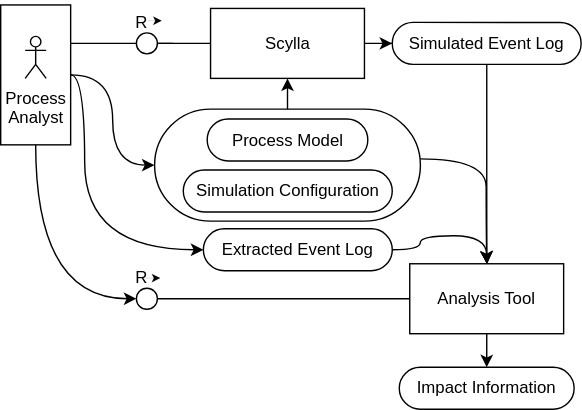
This is architecture_concrete.svg from fyndalf/master-thesis, a draw.io export, as it was before one commit. Source tidied: cells renumbered, new cells last; positions are measured from the earlier drawing's top-left corner, leaving out a move shared by most shapes.
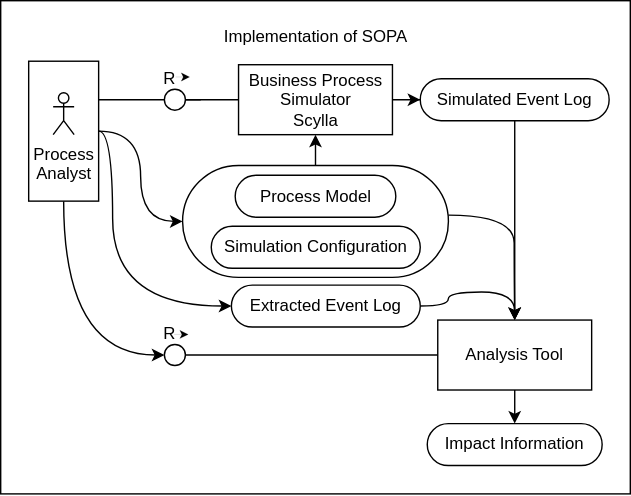
After the change.

Change to the diagram source:
```diff
@@ -2,10 +2,13 @@
   <root>
     <mxCell id="0" />
     <mxCell id="1" parent="0" />
+    <mxCell id="30" style="rounded=0;whiteSpace=wrap;html=1;" parent="1" vertex="1">
+      <mxGeometry x="-20" y="-41.2" width="450" height="352.5" as="geometry" />
+    </mxCell>
     <mxCell id="2" style="edgeStyle=orthogonalEdgeStyle;rounded=0;jettySize=auto;html=1;entryX=0;entryY=0.5;entryDx=0;entryDy=0;entryPerimeter=0;startArrow=none;startFill=0;endArrow=classic;endFill=1;" parent="1" edge="1" source="3" target="5">
       <mxGeometry relative="1" as="geometry" />
     </mxCell>
-    <mxCell id="3" value="&lt;div&gt;Scylla&lt;/div&gt;" style="html=1;rounded=0;" parent="1" vertex="1">
+    <mxCell id="3" value="Business Process&lt;br&gt;Simulator&lt;br&gt;Scylla" style="html=1;rounded=0;" parent="1" vertex="1">
       <mxGeometry x="150" y="4.5" width="110" height="50" as="geometry" />
     </mxCell>
     <mxCell id="4" style="edgeStyle=orthogonalEdgeStyle;rounded=0;jettySize=auto;html=1;startArrow=none;startFill=0;endArrow=classic;endFill=1;" parent="1" edge="1" source="5" target="15">
@@ -116,5 +119,8 @@
         <mxPoint x="114" y="197.3" as="targetPoint" />
       </mxGeometry>
     </mxCell>
+    <mxCell id="31" value="Implementation of SOPA" style="text;html=1;strokeColor=none;fillColor=none;align=center;verticalAlign=middle;whiteSpace=wrap;rounded=0;" parent="1" vertex="1">
+      <mxGeometry x="122.5" y="-30.5" width="165" height="30" as="geometry" />
+    </mxCell>
   </root>
 </mxGraphModel>
```
